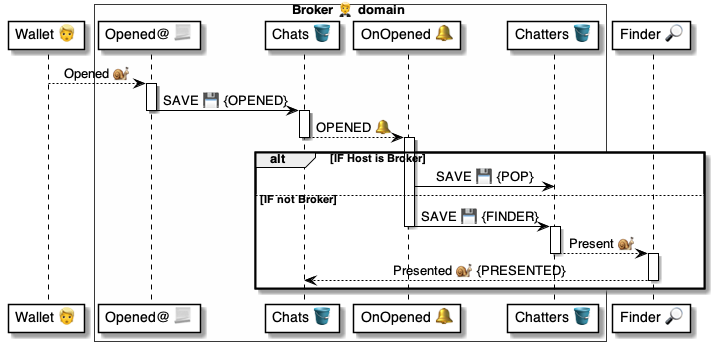
Before: 4 ⚙️ Solution/20 🧑‍🦰 UI/Brokers 🤵/🤵🪣 Broker tables/Chats 💬 table/🪣🔔 4 Opened/🤵 OnChatOpened ⚙️ uml.png, a diagram exported from PlantUML (pollyweb-org/pollyweb-docs). Its source is kept beside it as 4 ⚙️ Solution/20 🧑‍🦰 UI/Brokers 🤵/🤵🪣 Broker tables/Chats 💬 table/🪣🔔 4 Opened/🤵 OnChatOpened ⚙️ uml.puml.
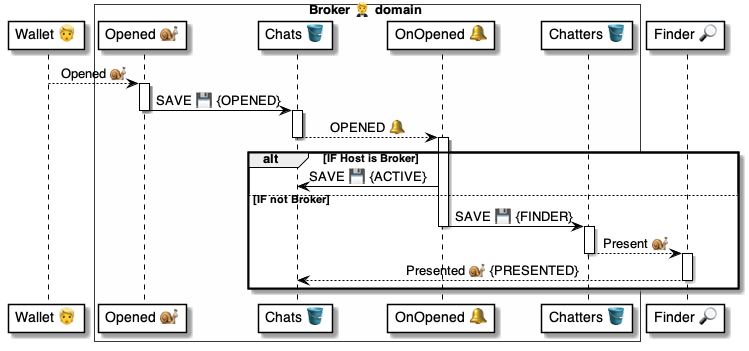
After the commit.

The edit, as a diff of the source:
```diff
@@ -3,7 +3,7 @@
 participant "Wallet 👱" as wallet
 
 box Broker 🤵 domain #FFFFFA
-    participant "Opened@ 📃" as script
+    participant "Opened 🐌" as script
     participant "Chats 🪣" as chats
     participant "OnOpened 🔔" as handler
     participant "Chatters 🪣" as chatters
@@ -26,7 +26,7 @@
 alt IF Host is Broker
 
     activate handler
-        handler -> chatters: SAVE 💾 {POP}
+        handler -> chats: SAVE 💾 {ACTIVE}
 
 else IF not Broker
 
```
